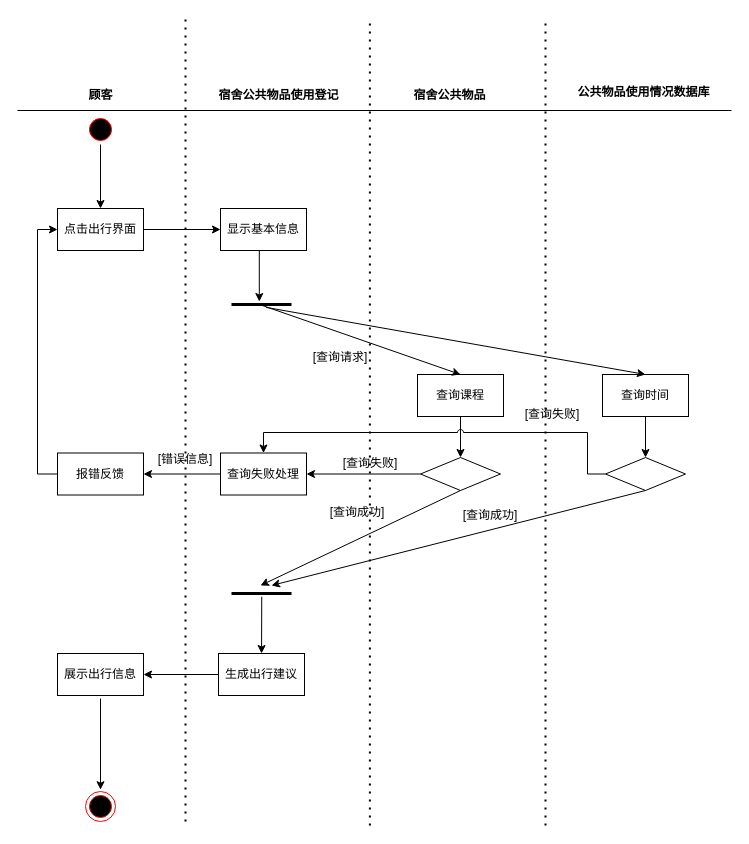
This is 软件工程公共物品借用.drawio from ZYNsama666/BackUp, a draw.io file, before an edit. Source tidied: cells renumbered, new cells numbered last; positions are measured from the earlier drawing's top-left corner, leaving out a move shared by most shapes. Both pictures are drawn from the tidied source at 100%, with x=0, y=0 at pixel (17, 18).
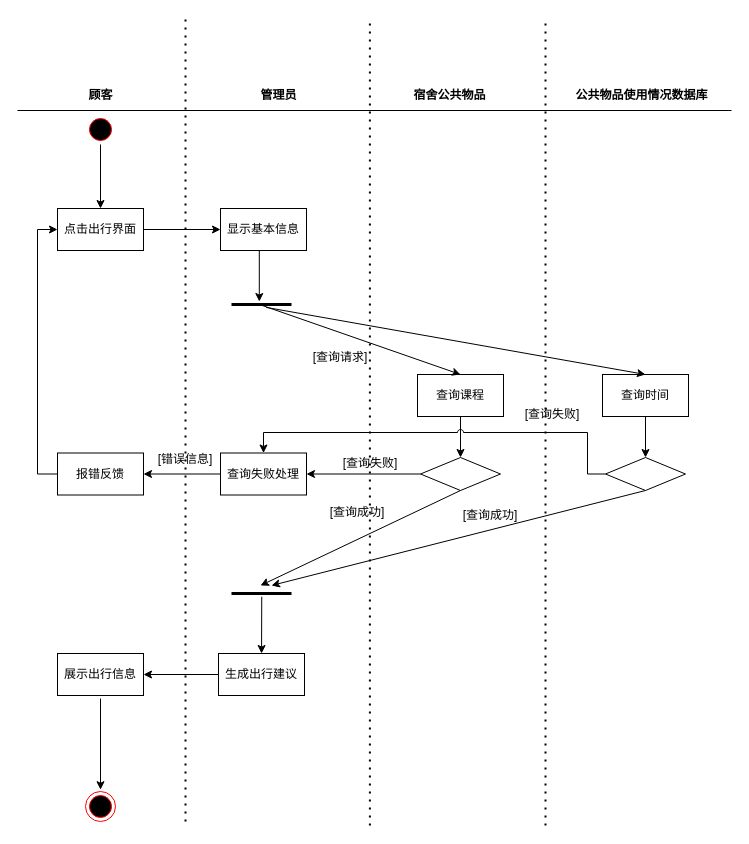
Above is the later version.

Commit message (it also covers changes not shown here):
更新软件工程公共物品借用.drawio

Change to the diagram source:
```diff
@@
-    <mxCell id="4" value="宿舍公共物品使用登记" style="text;align=center;fontStyle=1;verticalAlign=middle;spacingLeft=3;spacingRight=3;strokeColor=none;html=1;" parent="1" vertex="1">
+    <mxCell id="4" value="管理员" style="text;align=center;fontStyle=1;verticalAlign=middle;spacingLeft=3;spacingRight=3;strokeColor=none;html=1;" parent="1" vertex="1">
       <mxGeometry x="237" y="69" width="48" height="16" as="geometry" />
     </mxCell>
     <mxCell id="5" value="公共物品使用情况数据库" style="text;align=center;fontStyle=1;verticalAlign=middle;spacingLeft=3;spacingRight=3;strokeColor=none;html=1;" parent="1" vertex="1">
-      <mxGeometry x="602" y="66" width="48" height="16" as="geometry" />
+      <mxGeometry x="600" y="69" width="48" height="16" as="geometry" />
     </mxCell>
```
